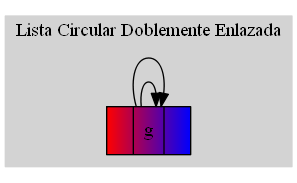
Tiago-130414/EDD_1S2019_P1_201313722 keeps this Graphviz diagram as graficaLCD.png. Above is the earlier version. Its source is kept beside it as graficaLCD.dot.
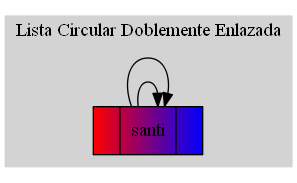
After the commit.

What changed in the source:
```diff
@@ -5,9 +5,9 @@
 style=filled;
 color = lightgrey;
 node[shape=record];
-Nodog[label="{ |g| }"style = filled, fillcolor = "red:blue"];
-Nodog->Nodog;
-Nodog->Nodog;
+Nodosanti[label="{ |santi| }"style = filled, fillcolor = "red:blue"];
+Nodosanti->Nodosanti;
+Nodosanti->Nodosanti;
 label = "Lista Circular Doblemente Enlazada";
 }
 }
```
